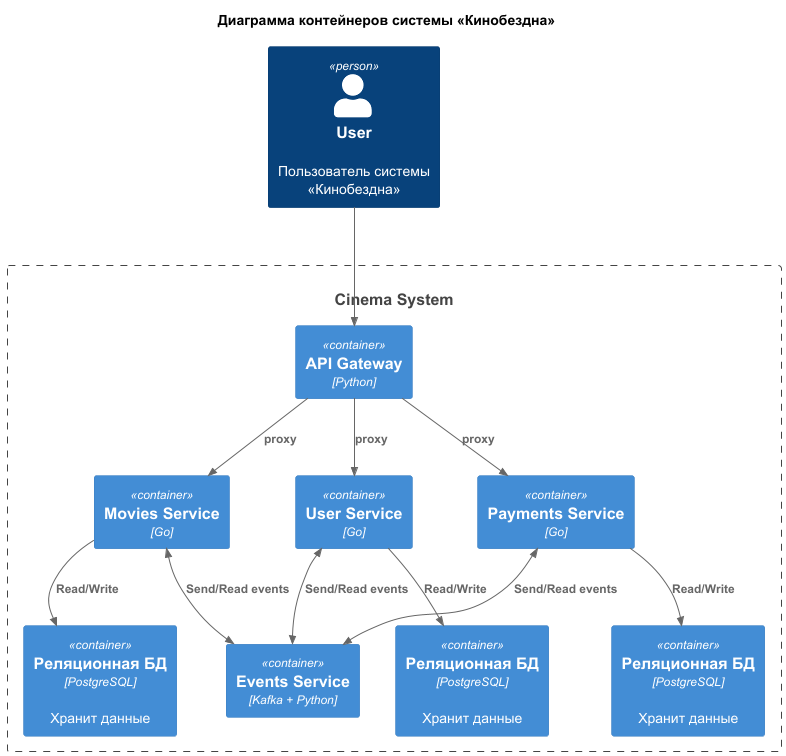
The PlantUML diagram diagrams/Container.png in smirnov-alex-404/architecture-cinemaabyss, before a commit. The source it was exported from:
```plantuml
@startuml
title   Диаграмма контейнеров системы «Кинобездна»

!includeurl https://raw.githubusercontent.com/RicardoNiepel/C4-PlantUML/master/C4_Component.puml


Person(User, "User", "Пользователь системы «Кинобездна»")
System(CinemaSystem, "Cinema System")

Container_Boundary(CinemaSystem, ""){
    Container(APIGateway, "API Gateway", "Python")

    Container(MoviesService, "Movies Service", "Go")
    Container(UserService, "User Service", "Go")
    Container(PaymentsService, "Payments Service", "Go")
    Container(EventsService, "Events Service", "Kafka + Python")

    Container(UserDatabase, "Реляционная БД", "PostgreSQL", "Хранит данные")
    Container(MoviesDatabase, "Реляционная БД", "PostgreSQL", "Хранит данные")
    Container(PaymentsDatabase, "Реляционная БД", "PostgreSQL", "Хранит данные")
}


Rel(User, APIGateway, "")
Rel(APIGateway, UserService, "proxy")
Rel(APIGateway, MoviesService, "proxy")
Rel(APIGateway, PaymentsService, "proxy")

Rel(UserService, UserDatabase, "Read/Write")
Rel(MoviesService, MoviesDatabase, "Read/Write")
Rel(PaymentsService, PaymentsDatabase, "Read/Write")

BiRel(MoviesService, EventsService, "Send/Read events")
BiRel(UserService, EventsService, "Send/Read events")
BiRel(PaymentsService, EventsService, "Send/Read events")


@enduml
```
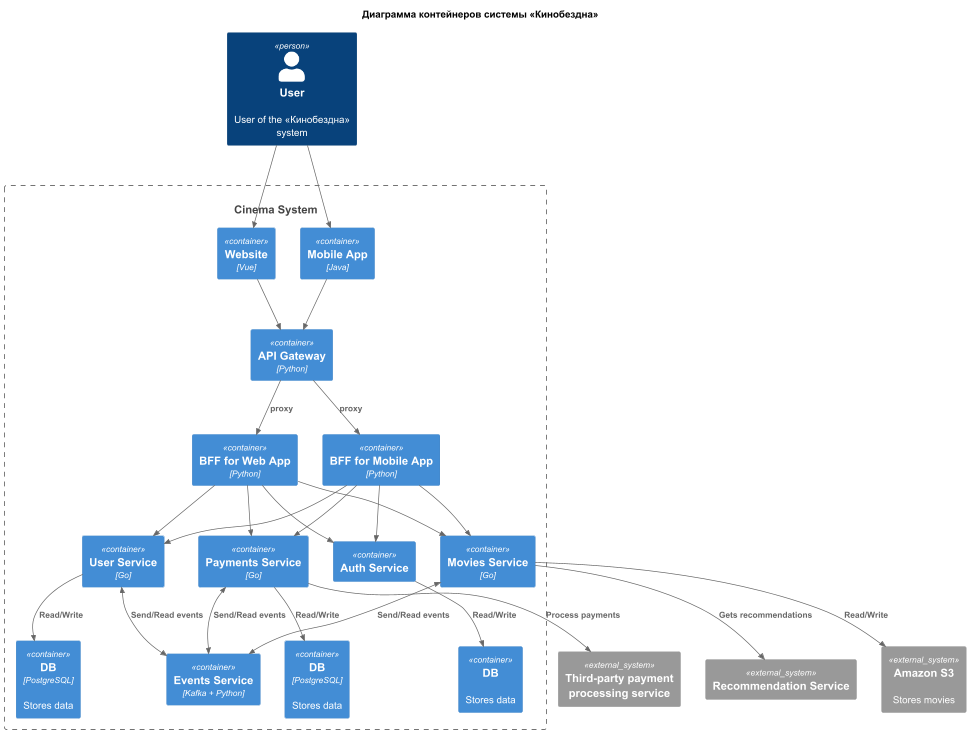
Above is the later version.

Change to the diagram source:
```diff
@@ -4,35 +4,64 @@
 !includeurl https://raw.githubusercontent.com/RicardoNiepel/C4-PlantUML/master/C4_Component.puml
 
 
-Person(User, "User", "Пользователь системы «Кинобездна»")
+Person(User, "User", "User of the «Кинобездна» system")
 System(CinemaSystem, "Cinema System")
 
 Container_Boundary(CinemaSystem, ""){
+    Container(Website, "Website", "Vue")
+    Container(MobileApp, "Mobile App", "Java")
+
     Container(APIGateway, "API Gateway", "Python")
+
+    Container(WebAppBFF, "BFF for Web App", "Python")
+    Container(MobileAppBFF, "BFF for Mobile App", "Python")
 
     Container(MoviesService, "Movies Service", "Go")
     Container(UserService, "User Service", "Go")
     Container(PaymentsService, "Payments Service", "Go")
     Container(EventsService, "Events Service", "Kafka + Python")
+    Container(AuthService, "Auth Service", "")
 
-    Container(UserDatabase, "Реляционная БД", "PostgreSQL", "Хранит данные")
-    Container(MoviesDatabase, "Реляционная БД", "PostgreSQL", "Хранит данные")
-    Container(PaymentsDatabase, "Реляционная БД", "PostgreSQL", "Хранит данные")
+    Container(UserDatabase, "DB", "PostgreSQL", "Stores data")
+
+    Container(PaymentsDatabase, "DB", "PostgreSQL", "Stores data")
+    Container(AuthDatabase, "DB", "", "Stores data")
 }
 
+System_Ext(MoviesDatabase, "Amazon S3", "Stores movies")
+System_Ext(RecommendationService, "Recommendation Service", "")
+System_Ext(PaymentsExtService, "Third-party payment processing service", "")
 
-Rel(User, APIGateway, "")
-Rel(APIGateway, UserService, "proxy")
-Rel(APIGateway, MoviesService, "proxy")
-Rel(APIGateway, PaymentsService, "proxy")
+
+Rel(User, Website, "")
+Rel(User, MobileApp, "")
+
+Rel(Website, APIGateway, "")
+Rel(MobileApp, APIGateway, "")
+Rel(APIGateway, WebAppBFF, "proxy")
+Rel(APIGateway, MobileAppBFF, "proxy")
+
+Rel(WebAppBFF, AuthService, "")
+Rel(WebAppBFF, UserService, "")
+Rel(WebAppBFF, MoviesService, "")
+Rel(WebAppBFF, PaymentsService, "")
+
+Rel(MobileAppBFF, AuthService, "")
+Rel(MobileAppBFF, UserService, "")
+Rel(MobileAppBFF, MoviesService, "")
+Rel(MobileAppBFF, PaymentsService, "")
+
 
 Rel(UserService, UserDatabase, "Read/Write")
 Rel(MoviesService, MoviesDatabase, "Read/Write")
 Rel(PaymentsService, PaymentsDatabase, "Read/Write")
+Rel(AuthService, AuthDatabase, "Read/Write")
+
+Rel(MoviesService, RecommendationService, "Gets recommendations")
+Rel(PaymentsService, PaymentsExtService, "Process payments")
 
 BiRel(MoviesService, EventsService, "Send/Read events")
 BiRel(UserService, EventsService, "Send/Read events")
 BiRel(PaymentsService, EventsService, "Send/Read events")
 
-
 @enduml
```
